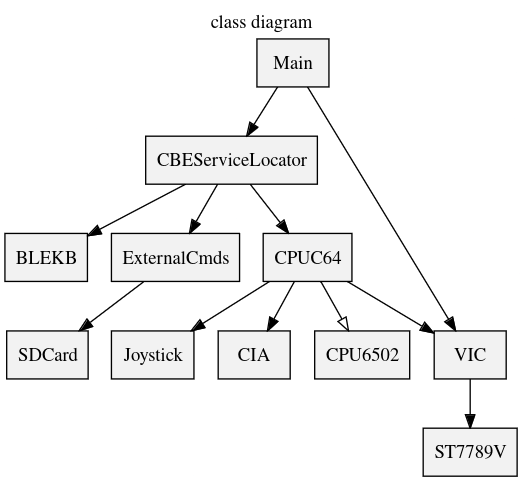
Above: doc/classdiagram.png in retroelec/T-HMI-C64 (Graphviz), before the change. Its source is kept beside it as doc/classdiagram.gv.
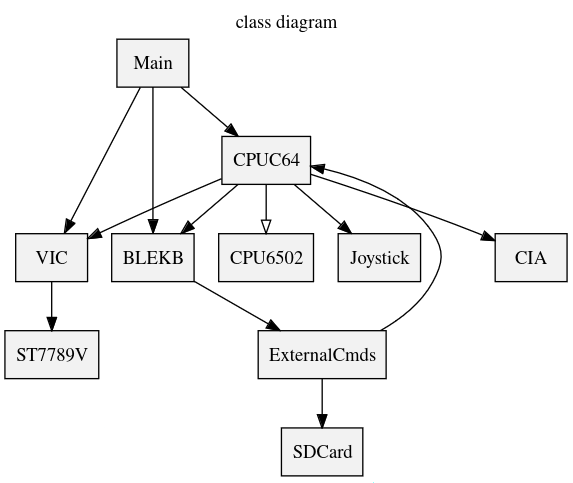
The same diagram one commit later.

What changed in the source:
```diff
@@ -8,11 +8,12 @@
     style=filled
     fillcolor=gray95
   ]
-  Main -> CBEServiceLocator
-  CBEServiceLocator -> CPUC64
-  CBEServiceLocator -> BLEKB
-  CBEServiceLocator -> ExternalCmds
+  Main -> CPUC64
+  Main -> BLEKB
   Main -> VIC
+  BLEKB -> ExternalCmds
+  ExternalCmds -> CPUC64
+  CPUC64 -> BLEKB
   ExternalCmds -> SDCard
   CPUC64 -> CIA
   CPUC64 -> CPU6502 [arrowhead = empty]
```
